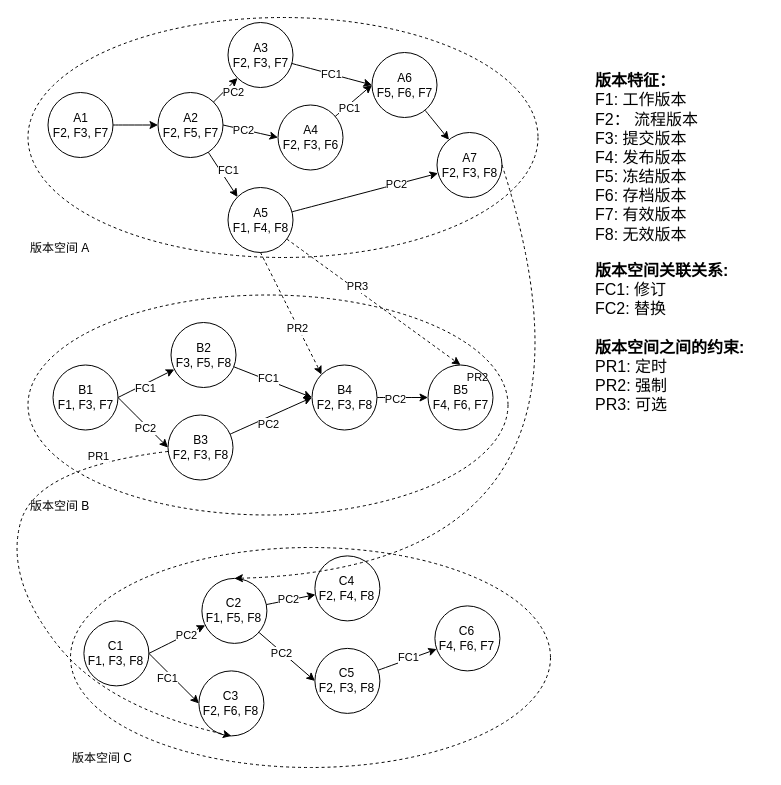
Before: page "Page-6" (6 of 6) of BOM/多视图BOM管理模型.drawio in littlelittlemoon/DiagramsRepository, a draw.io diagram. Source tidied: cells renumbered, new cells numbered last; positions are measured from the earlier drawing's top-left corner, leaving out a move shared by most shapes. Both pictures are drawn from the tidied source at 100%, with x=0, y=0 at pixel (5, 17).
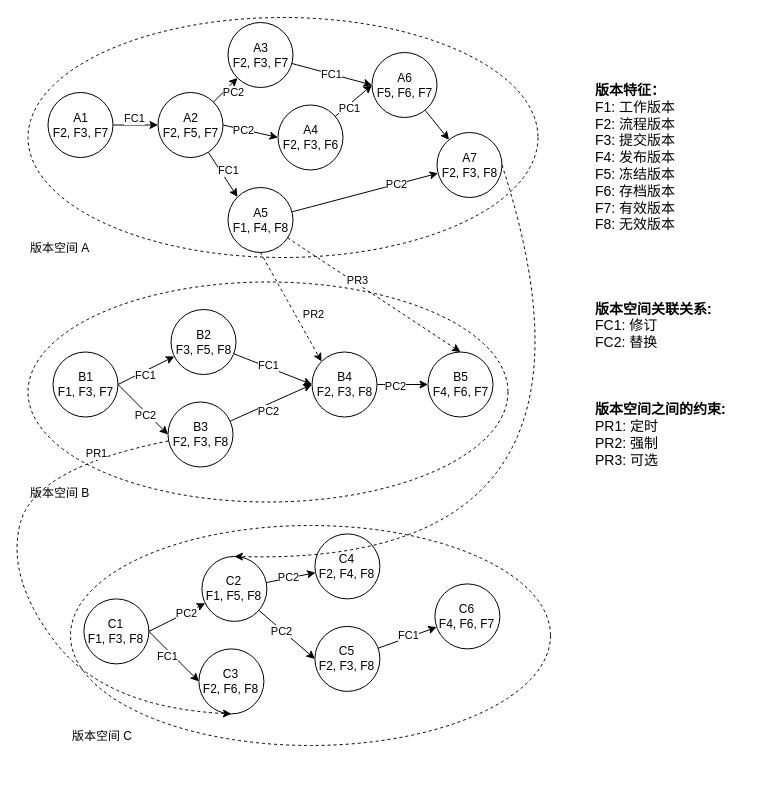
Above is the later version.

Commit message:
Update 多视图BOM管理模型.drawio

Unchanged cells that the change refers to:
```xml
<mxCell id="10" style="edgeStyle=none;curved=1;jettySize=auto;html=1;entryX=0;entryY=0;entryDx=0;entryDy=0;endArrow=classic;endFill=1;strokeColor=#000000;" parent="1" edge="1" source="12" target="24">
  <mxGeometry relative="1" as="geometry" />
</mxCell>
<mxCell id="20" style="edgeStyle=none;curved=1;jettySize=auto;html=1;exitX=0.5;exitY=1;exitDx=0;exitDy=0;entryX=0;entryY=0;entryDx=0;entryDy=0;dashed=1;endArrow=classic;endFill=1;strokeColor=#000000;" parent="1" edge="1" source="24" target="45">
  <mxGeometry relative="1" as="geometry" />
</mxCell>
<mxCell id="27" style="edgeStyle=none;curved=1;jettySize=auto;html=1;exitX=1;exitY=0.5;exitDx=0;exitDy=0;entryX=0.5;entryY=0;entryDx=0;entryDy=0;dashed=1;endArrow=classic;endFill=1;strokeColor=#000000;" parent="1" edge="1" source="29" target="57">
  <mxGeometry relative="1" as="geometry">
    <Array as="points">
      <mxPoint x="628" y="550" />
    </Array>
  </mxGeometry>
</mxCell>
```

What changed in the source:
```diff
@@
     <mxCell id="2" value="版本空间 B" style="ellipse;whiteSpace=wrap;html=1;dashed=1;strokeColor=#000000;fillColor=none;verticalAlign=bottom;align=left;" parent="1" vertex="1">
-      <mxGeometry x="22.5" y="277.5" width="480" height="220" as="geometry" />
+      <mxGeometry x="22.5" y="264.5" width="480" height="220" as="geometry" />
     </mxCell>
@@
+    <mxCell id="66" value="FC1" style="edgeLabel;html=1;align=center;verticalAlign=middle;" parent="10" vertex="1">
+      <mxGeometry x="0.19" y="-1" relative="1" as="geometry">
+        <mxPoint x="-91" y="-62" as="offset" />
+      </mxGeometry>
+    </mxCell>
@@
     <mxCell id="21" value="PR2" style="edgeLabel;html=1;align=center;verticalAlign=middle;" parent="20" vertex="1">
-      <mxGeometry x="0.23" y="-1" relative="1" as="geometry" />
+      <mxGeometry x="0.23" y="-1" relative="1" as="geometry">
+        <mxPoint x="16" y="-6" as="offset" />
+      </mxGeometry>
     </mxCell>
@@
-    <mxCell id="28" value="PR2" style="edgeLabel;html=1;align=center;verticalAlign=middle;" parent="27" vertex="1">
-      <mxGeometry x="-0.16" y="-30" relative="1" as="geometry">
-        <mxPoint x="-104" y="-126" as="offset" />
-      </mxGeometry>
-    </mxCell>
@@
     <mxCell id="34" value="B1&lt;br&gt;F1, F3, F7" style="ellipse;whiteSpace=wrap;html=1;strokeColor=#000000;fillColor=none;" parent="1" vertex="1">
-      <mxGeometry x="47.5" y="347.5" width="65" height="65" as="geometry" />
+      <mxGeometry x="47.5" y="334.5" width="65" height="65" as="geometry" />
     </mxCell>
@@
     <mxCell id="37" value="B2&lt;br&gt;F3, F5, F8" style="ellipse;whiteSpace=wrap;html=1;strokeColor=#000000;fillColor=none;" parent="1" vertex="1">
-      <mxGeometry x="165.5" y="305" width="65" height="65" as="geometry" />
+      <mxGeometry x="165.5" y="292" width="65" height="65" as="geometry" />
     </mxCell>
@@
     <mxCell id="42" value="B3&lt;br&gt;F2, F3, F8" style="ellipse;whiteSpace=wrap;html=1;strokeColor=#000000;fillColor=none;" parent="1" vertex="1">
-      <mxGeometry x="162.5" y="397.5" width="65" height="65" as="geometry" />
+      <mxGeometry x="162.5" y="384.5" width="65" height="65" as="geometry" />
     </mxCell>
@@
     <mxCell id="45" value="B4&lt;br&gt;F2, F3, F8" style="ellipse;whiteSpace=wrap;html=1;strokeColor=#000000;fillColor=none;" parent="1" vertex="1">
-      <mxGeometry x="306.5" y="347.5" width="65" height="65" as="geometry" />
+      <mxGeometry x="306.5" y="334.5" width="65" height="65" as="geometry" />
     </mxCell>
     <mxCell id="46" value="B5&lt;br&gt;F4, F6, F7" style="ellipse;whiteSpace=wrap;html=1;strokeColor=#000000;fillColor=none;" parent="1" vertex="1">
-      <mxGeometry x="422.5" y="347.5" width="65" height="65" as="geometry" />
+      <mxGeometry x="422.5" y="334.5" width="65" height="65" as="geometry" />
     </mxCell>
     <mxCell id="47" value="版本空间 C" style="ellipse;whiteSpace=wrap;html=1;dashed=1;strokeColor=#000000;fillColor=none;verticalAlign=bottom;align=left;" parent="1" vertex="1">
-      <mxGeometry x="65" y="530" width="480" height="220" as="geometry" />
+      <mxGeometry x="65" y="508" width="480" height="220" as="geometry" />
     </mxCell>
@@
     <mxCell id="52" value="C1&lt;br&gt;F1, F3, F8" style="ellipse;whiteSpace=wrap;html=1;strokeColor=#000000;fillColor=none;" parent="1" vertex="1">
-      <mxGeometry x="78.4" y="603.4" width="65" height="65" as="geometry" />
+      <mxGeometry x="78.4" y="581.4" width="65" height="65" as="geometry" />
     </mxCell>
@@
     <mxCell id="57" value="C2&lt;br&gt;F1, F5, F8" style="ellipse;whiteSpace=wrap;html=1;strokeColor=#000000;fillColor=none;" parent="1" vertex="1">
-      <mxGeometry x="196.4" y="560.9" width="65" height="65" as="geometry" />
+      <mxGeometry x="196.4" y="538.9" width="65" height="65" as="geometry" />
     </mxCell>
     <mxCell id="58" value="C3&lt;br&gt;F2, F6, F8" style="ellipse;whiteSpace=wrap;html=1;strokeColor=#000000;fillColor=none;" parent="1" vertex="1">
-      <mxGeometry x="193.4" y="653.4" width="65" height="65" as="geometry" />
+      <mxGeometry x="193.4" y="631.4" width="65" height="65" as="geometry" />
     </mxCell>
@@
     <mxCell id="61" value="C5&lt;br&gt;F2, F3, F8" style="ellipse;whiteSpace=wrap;html=1;strokeColor=#000000;fillColor=none;" parent="1" vertex="1">
-      <mxGeometry x="309.4" y="630.9" width="65" height="65" as="geometry" />
+      <mxGeometry x="309.4" y="608.9" width="65" height="65" as="geometry" />
     </mxCell>
     <mxCell id="62" value="C6&lt;br&gt;F4, F6, F7" style="ellipse;whiteSpace=wrap;html=1;strokeColor=#000000;fillColor=none;" parent="1" vertex="1">
-      <mxGeometry x="429.4" y="588.4" width="65" height="65" as="geometry" />
+      <mxGeometry x="429.4" y="566.4" width="65" height="65" as="geometry" />
     </mxCell>
     <mxCell id="63" value="C4&lt;br&gt;F2, F4, F8" style="ellipse;whiteSpace=wrap;html=1;strokeColor=#000000;fillColor=none;" parent="1" vertex="1">
-      <mxGeometry x="309.4" y="538.4" width="65" height="65" as="geometry" />
+      <mxGeometry x="309.4" y="516.4" width="65" height="65" as="geometry" />
     </mxCell>
-    <mxCell id="64" value="&lt;b style=&quot;font-size: 16px;&quot;&gt;版本特征：&lt;br style=&quot;font-size: 16px;&quot;&gt;&lt;/b&gt;F1: 工作版本&lt;br style=&quot;font-size: 16px;&quot;&gt;F2： 流程版本&lt;br style=&quot;font-size: 16px;&quot;&gt;F3: 提交版本&lt;br style=&quot;font-size: 16px;&quot;&gt;F4: 发布版本&lt;br style=&quot;font-size: 16px;&quot;&gt;F5: 冻结版本&lt;br style=&quot;font-size: 16px;&quot;&gt;F6: 存档版本&lt;br style=&quot;font-size: 16px;&quot;&gt;F7: 有效版本&lt;br style=&quot;font-size: 16px;&quot;&gt;F8: 无效版本" style="text;html=1;align=left;verticalAlign=middle;strokeColor=none;fillColor=none;fontSize=16;" parent="1" vertex="1">
-      <mxGeometry x="588" y="50" width="120" height="180" as="geometry" />
+    <mxCell id="64" value="&lt;b style=&quot;font-size: 14px;&quot;&gt;版本特征：&lt;br style=&quot;font-size: 14px;&quot;&gt;&lt;/b&gt;F1: 工作版本&lt;br style=&quot;font-size: 14px;&quot;&gt;F2: 流程版本&lt;br style=&quot;font-size: 14px;&quot;&gt;F3: 提交版本&lt;br style=&quot;font-size: 14px;&quot;&gt;F4: 发布版本&lt;br style=&quot;font-size: 14px;&quot;&gt;F5: 冻结版本&lt;br style=&quot;font-size: 14px;&quot;&gt;F6: 存档版本&lt;br style=&quot;font-size: 14px;&quot;&gt;F7: 有效版本&lt;br style=&quot;font-size: 14px;&quot;&gt;F8: 无效版本" style="text;html=1;align=left;verticalAlign=middle;strokeColor=none;fillColor=none;fontSize=14;" parent="1" vertex="1">
+      <mxGeometry x="588" y="60" width="100" height="160" as="geometry" />
     </mxCell>
-    <mxCell id="65" value="&lt;b style=&quot;font-size: 16px;&quot;&gt;版本空间关联关系:&lt;br style=&quot;font-size: 16px;&quot;&gt;&lt;/b&gt;FC1: 修订&lt;br style=&quot;font-size: 16px;&quot;&gt;FC2: 替换&lt;br style=&quot;font-size: 16px;&quot;&gt;&lt;br style=&quot;font-size: 16px;&quot;&gt;&lt;b style=&quot;font-size: 16px;&quot;&gt;版本空间之间的约束:&lt;br style=&quot;font-size: 16px;&quot;&gt;&lt;/b&gt;PR1: 定时&lt;br style=&quot;font-size: 16px;&quot;&gt;PR2: 强制&lt;br style=&quot;font-size: 16px;&quot;&gt;PR3: 可选" style="text;html=1;align=left;verticalAlign=middle;strokeColor=none;fillColor=none;fontSize=16;" parent="1" vertex="1">
-      <mxGeometry x="588" y="240" width="170" height="160" as="geometry" />
+    <mxCell id="65" value="&lt;b style=&quot;font-size: 14px;&quot;&gt;版本空间关联关系:&lt;br style=&quot;font-size: 14px;&quot;&gt;&lt;/b&gt;FC1: 修订&lt;br style=&quot;font-size: 14px;&quot;&gt;FC2: 替换&lt;br style=&quot;font-size: 14px;&quot;&gt;&lt;br style=&quot;font-size: 14px;&quot;&gt;&lt;br style=&quot;font-size: 14px;&quot;&gt;&lt;br style=&quot;font-size: 14px;&quot;&gt;&lt;b style=&quot;font-size: 14px;&quot;&gt;版本空间之间的约束:&lt;br style=&quot;font-size: 14px;&quot;&gt;&lt;/b&gt;PR1: 定时&lt;br style=&quot;font-size: 14px;&quot;&gt;PR2: 强制&lt;br style=&quot;font-size: 14px;&quot;&gt;PR3: 可选" style="text;html=1;align=left;verticalAlign=middle;strokeColor=none;fillColor=none;fontSize=14;" parent="1" vertex="1">
+      <mxGeometry x="588" y="277" width="150" height="180" as="geometry" />
     </mxCell>
```
